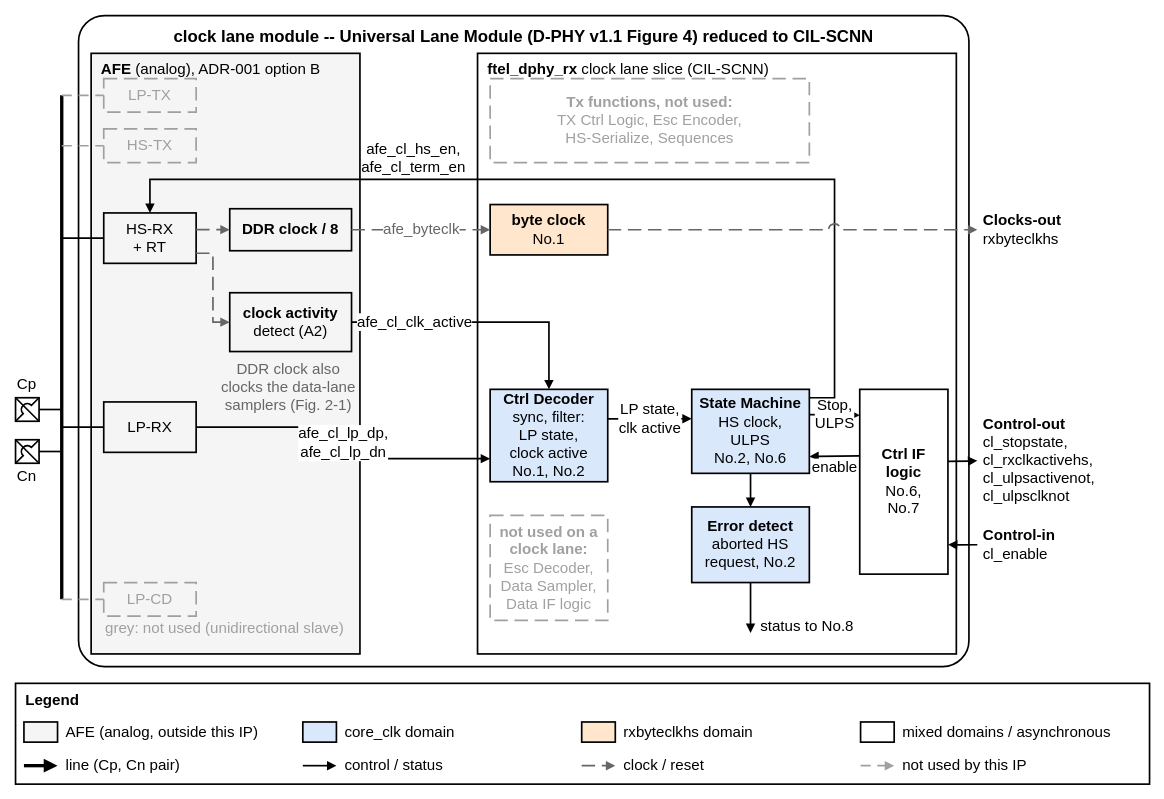
This is 22fdx/rx/digital/hw/rtl/ip/ftel_dphy_rx/doc/figures/ftel_dphy_rx_ulm_clock.drawio from ftel-cdc/fu3_dphy, a draw.io file, before an edit. Source tidied: cells renumbered, new cells numbered last; positions are measured from the earlier drawing's top-left corner, leaving out a move shared by most shapes. Both pictures are drawn from the tidied source at 84%, with x=0, y=0 at pixel (15, 15).
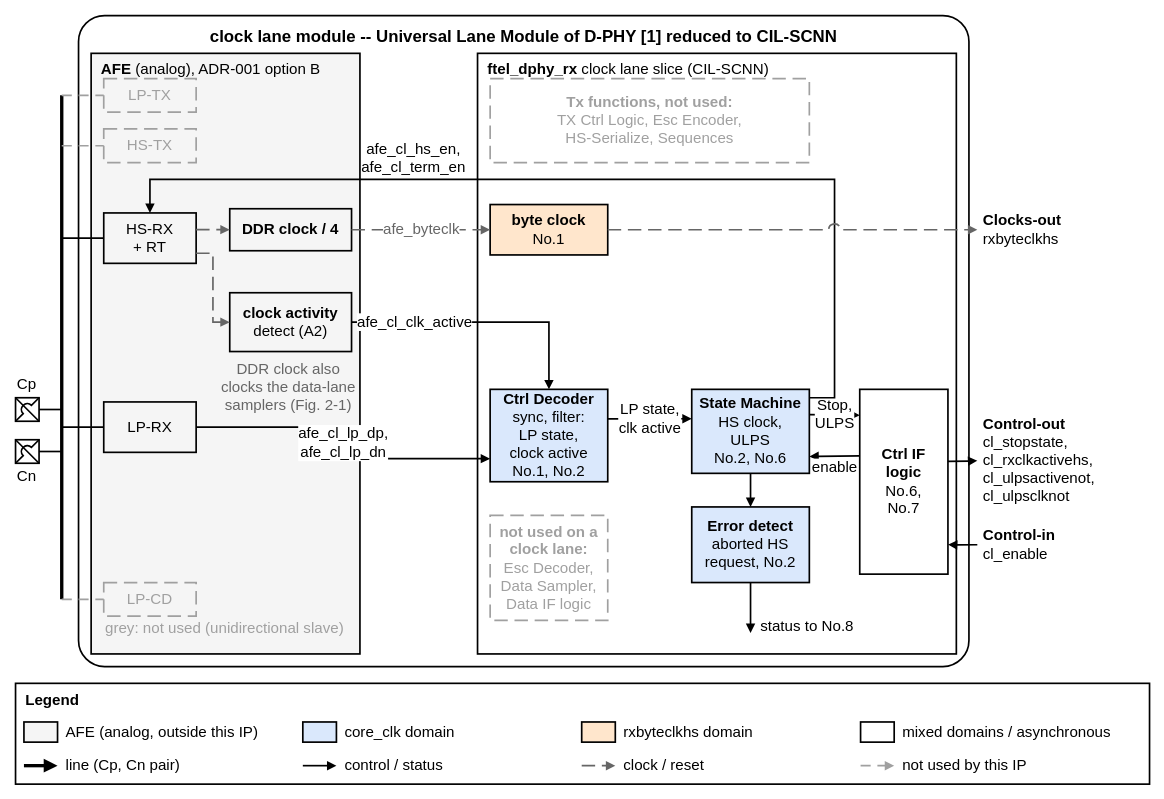
The same diagram, later.

The edit, as a diff of the source:
```diff
@@
-    <mxCell id="2" value="clock lane module  --  Universal Lane Module (D-PHY v1.1 Figure 4) reduced to CIL-SCNN" style="rounded=1;whiteSpace=wrap;html=1;fontSize=20;fontStyle=1;verticalAlign=top;strokeWidth=2;fillColor=none;arcSize=4;spacingTop=6;" parent="1" vertex="1">
+    <mxCell id="2" value="clock lane module  --  Universal Lane Module of D-PHY [1] reduced to CIL-SCNN" style="rounded=1;whiteSpace=wrap;html=1;fontSize=20;fontStyle=1;verticalAlign=top;strokeWidth=2;fillColor=none;arcSize=4;spacingTop=6;" parent="1" vertex="1">
       <mxGeometry x="75" width="1060" height="775" as="geometry" />
     </mxCell>
@@
-    <mxCell id="26" value="&lt;b&gt;DDR clock / 8&lt;/b&gt;" style="rounded=0;whiteSpace=wrap;html=1;fontSize=18;strokeWidth=2;fillColor=#F5F5F5;align=center;verticalAlign=middle;spacing=4;" parent="1" vertex="1">
+    <mxCell id="26" value="&lt;b&gt;DDR clock / 4&lt;/b&gt;" style="rounded=0;whiteSpace=wrap;html=1;fontSize=18;strokeWidth=2;fillColor=#F5F5F5;align=center;verticalAlign=middle;spacing=4;" parent="1" vertex="1">
       <mxGeometry x="255" y="230" width="145" height="50" as="geometry" />
     </mxCell>
```
